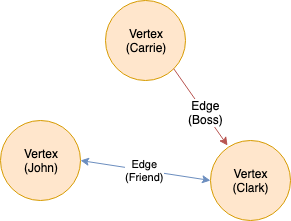
Before: presentation/images/graph2.png, a diagram exported from draw.io (jptacek/that-conf-2019-graph-database). Source tidied: cells renumbered, new cells last; positions are measured from the earlier drawing's top-left corner, leaving out a move shared by most shapes. The source it was exported from:
```xml
<mxGraphModel>
  <root>
    <mxCell id="0" />
    <mxCell id="1" parent="0" />
    <mxCell id="2" value="Vertex&lt;br&gt;(John)" style="ellipse;whiteSpace=wrap;html=1;fillColor=#ffe6cc;strokeColor=#d79b00;" parent="1" vertex="1">
      <mxGeometry y="120" width="80" height="80" as="geometry" />
    </mxCell>
    <mxCell id="3" value="Vertex&lt;br&gt;(Clark)" style="ellipse;whiteSpace=wrap;html=1;fillColor=#ffe6cc;strokeColor=#d79b00;" parent="1" vertex="1">
      <mxGeometry x="210" y="140" width="80" height="80" as="geometry" />
    </mxCell>
    <mxCell id="4" value="Edge&lt;br&gt;(Friend)" style="endArrow=classic;startArrow=classic;html=1;entryX=1;entryY=0.5;entryDx=0;entryDy=0;exitX=0;exitY=0.5;exitDx=0;exitDy=0;fillColor=#dae8fc;strokeColor=#6c8ebf;" parent="1" edge="1" source="3" target="2">
      <mxGeometry relative="1" as="geometry" />
    </mxCell>
    <mxCell id="5" value="Vertex&lt;br&gt;(Carrie)" style="ellipse;whiteSpace=wrap;html=1;fillColor=#ffe6cc;strokeColor=#d79b00;" parent="1" vertex="1">
      <mxGeometry x="105" width="80" height="80" as="geometry" />
    </mxCell>
    <mxCell id="6" style="endArrow=classic;html=1;entryX=0.213;entryY=0.063;entryDx=0;entryDy=0;entryPerimeter=0;exitX=1;exitY=1;exitDx=0;exitDy=0;fillColor=#f8cecc;strokeColor=#b85450;" parent="1" edge="1" source="5" target="3">
      <mxGeometry relative="1" as="geometry" />
    </mxCell>
    <mxCell id="7" value="Edge&lt;br&gt;(Boss)" style="text;html=1;align=center;verticalAlign=middle;labelBackgroundColor=#ffffff;" parent="6" vertex="1">
      <mxGeometry x="0.15" y="1" relative="1" as="geometry" />
    </mxCell>
  </root>
</mxGraphModel>
```
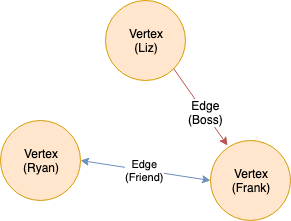
After the change.

Change to the diagram source:
```diff
@@ -2,16 +2,16 @@
   <root>
     <mxCell id="0" />
     <mxCell id="1" parent="0" />
-    <mxCell id="2" value="Vertex&lt;br&gt;(John)" style="ellipse;whiteSpace=wrap;html=1;fillColor=#ffe6cc;strokeColor=#d79b00;" parent="1" vertex="1">
+    <mxCell id="2" value="Vertex&lt;br&gt;(Ryan)" style="ellipse;whiteSpace=wrap;html=1;fillColor=#ffe6cc;strokeColor=#d79b00;" parent="1" vertex="1">
       <mxGeometry y="120" width="80" height="80" as="geometry" />
     </mxCell>
-    <mxCell id="3" value="Vertex&lt;br&gt;(Clark)" style="ellipse;whiteSpace=wrap;html=1;fillColor=#ffe6cc;strokeColor=#d79b00;" parent="1" vertex="1">
+    <mxCell id="3" value="Vertex&lt;br&gt;(Frank)" style="ellipse;whiteSpace=wrap;html=1;fillColor=#ffe6cc;strokeColor=#d79b00;" parent="1" vertex="1">
       <mxGeometry x="210" y="140" width="80" height="80" as="geometry" />
     </mxCell>
     <mxCell id="4" value="Edge&lt;br&gt;(Friend)" style="endArrow=classic;startArrow=classic;html=1;entryX=1;entryY=0.5;entryDx=0;entryDy=0;exitX=0;exitY=0.5;exitDx=0;exitDy=0;fillColor=#dae8fc;strokeColor=#6c8ebf;" parent="1" edge="1" source="3" target="2">
       <mxGeometry relative="1" as="geometry" />
     </mxCell>
-    <mxCell id="5" value="Vertex&lt;br&gt;(Carrie)" style="ellipse;whiteSpace=wrap;html=1;fillColor=#ffe6cc;strokeColor=#d79b00;" parent="1" vertex="1">
+    <mxCell id="5" value="Vertex&lt;br&gt;(Liz)" style="ellipse;whiteSpace=wrap;html=1;fillColor=#ffe6cc;strokeColor=#d79b00;" parent="1" vertex="1">
       <mxGeometry x="105" width="80" height="80" as="geometry" />
     </mxCell>
     <mxCell id="6" style="endArrow=classic;html=1;entryX=0.213;entryY=0.063;entryDx=0;entryDy=0;entryPerimeter=0;exitX=1;exitY=1;exitDx=0;exitDy=0;fillColor=#f8cecc;strokeColor=#b85450;" parent="1" edge="1" source="5" target="3">
```
